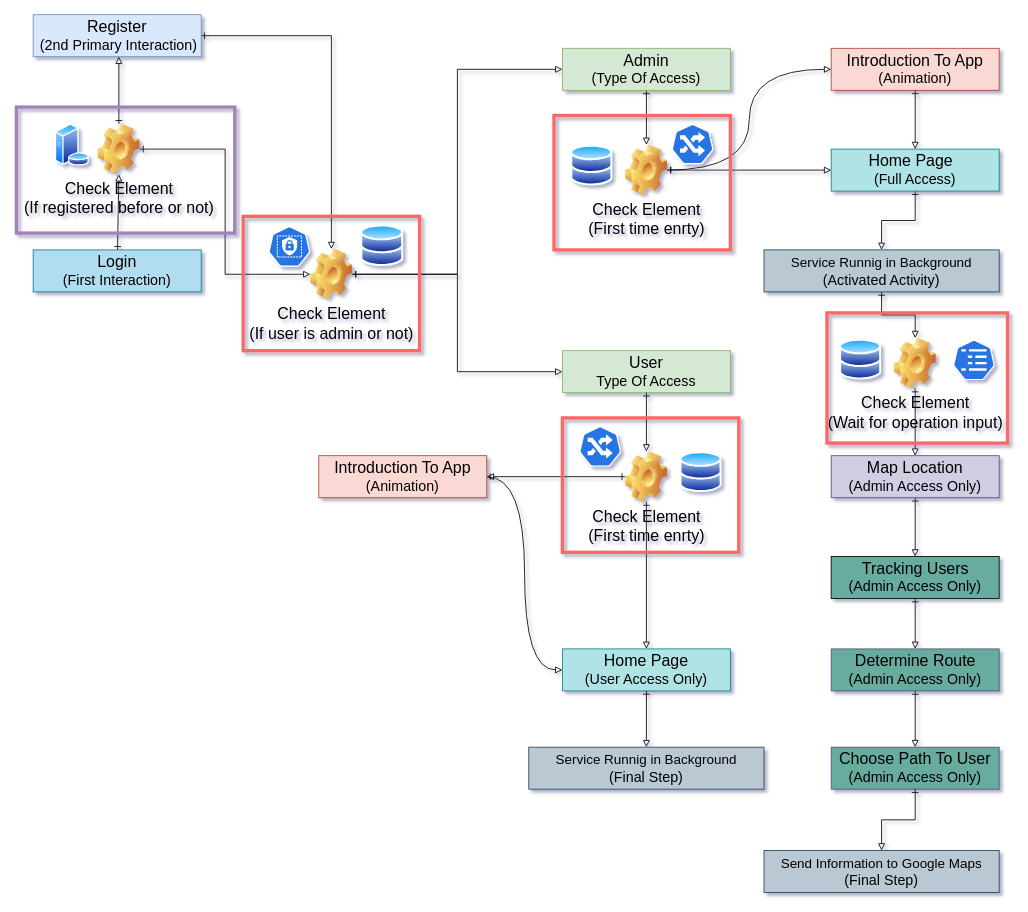
This is Untitled Diagram.drawio from George2G/Diagram_Diploma, a draw.io file, before an edit. Source tidied: cells renumbered, new cells numbered last; positions are measured from the earlier drawing's top-left corner, leaving out a move shared by most shapes. Both pictures are drawn from the tidied source at 84%, with x=0, y=0 at pixel (16, 14).
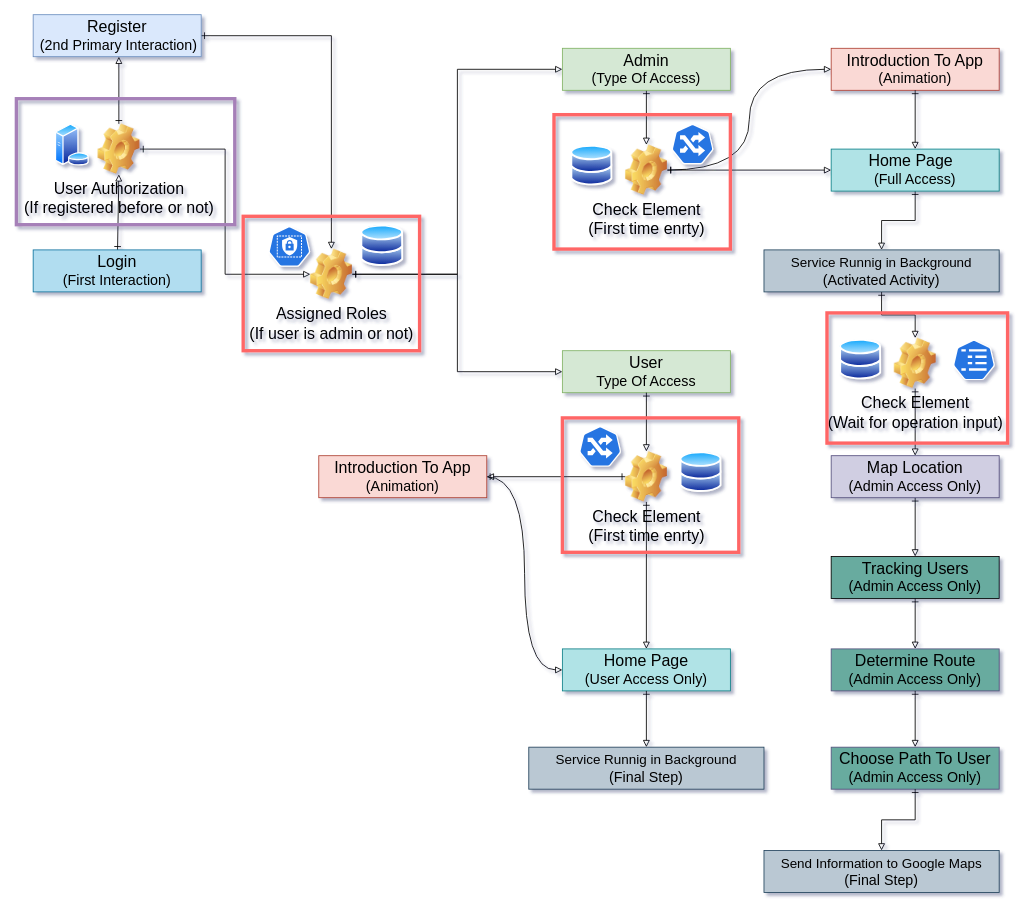
After the change.

What changed in the source:
```diff
@@
-    <mxCell id="12" value="Check Element&lt;br&gt;(If registered before or not)" style="shape=image;html=1;verticalLabelPosition=bottom;verticalAlign=top;imageAspect=0;image=img/clipart/Gear_128x128.png;fontSize=19;gradientColor=none;" parent="1" vertex="1">
+    <mxCell id="12" value="User Authorization&lt;br&gt;(If registered before or not)" style="shape=image;html=1;verticalLabelPosition=bottom;verticalAlign=top;imageAspect=0;image=img/clipart/Gear_128x128.png;fontSize=19;gradientColor=none;" parent="1" vertex="1">
       <mxGeometry x="97" y="130" width="50" height="60" as="geometry" />
     </mxCell>
@@
-    <mxCell id="27" value="Check Element&lt;br&gt;(If user is admin or not)" style="shape=image;html=1;verticalLabelPosition=bottom;verticalAlign=top;imageAspect=0;image=img/clipart/Gear_128x128.png;fontSize=19;gradientColor=none;" parent="1" vertex="1">
+    <mxCell id="27" value="Assigned Roles&lt;br&gt;(If user is admin or not)" style="shape=image;html=1;verticalLabelPosition=bottom;verticalAlign=top;imageAspect=0;image=img/clipart/Gear_128x128.png;fontSize=19;gradientColor=none;" parent="1" vertex="1">
       <mxGeometry x="350" y="279" width="50" height="60" as="geometry" />
     </mxCell>
@@
-    <mxCell id="79" style="rounded=0;whiteSpace=wrap;html=1;fillColor=none;strokeWidth=4;strokeColor=#A680B8;" parent="1" vertex="1">
-      <mxGeometry y="110" width="260" height="150" as="geometry" />
+    <mxCell id="79" style="rounded=0;whiteSpace=wrap;html=1;fillColor=none;strokeWidth=4;strokeColor=#A680B8;glass=0;sketch=0;shadow=0;" parent="1" vertex="1">
+      <mxGeometry y="100" width="260" height="150" as="geometry" />
     </mxCell>
@@
     <mxCell id="81" style="rounded=0;whiteSpace=wrap;html=1;strokeWidth=4;fillColor=none;strokeColor=#FF6666;" parent="1" vertex="1">
-      <mxGeometry x="640" y="120" width="210" height="160" as="geometry" />
+      <mxGeometry x="640" y="119" width="210" height="160" as="geometry" />
     </mxCell>
```
